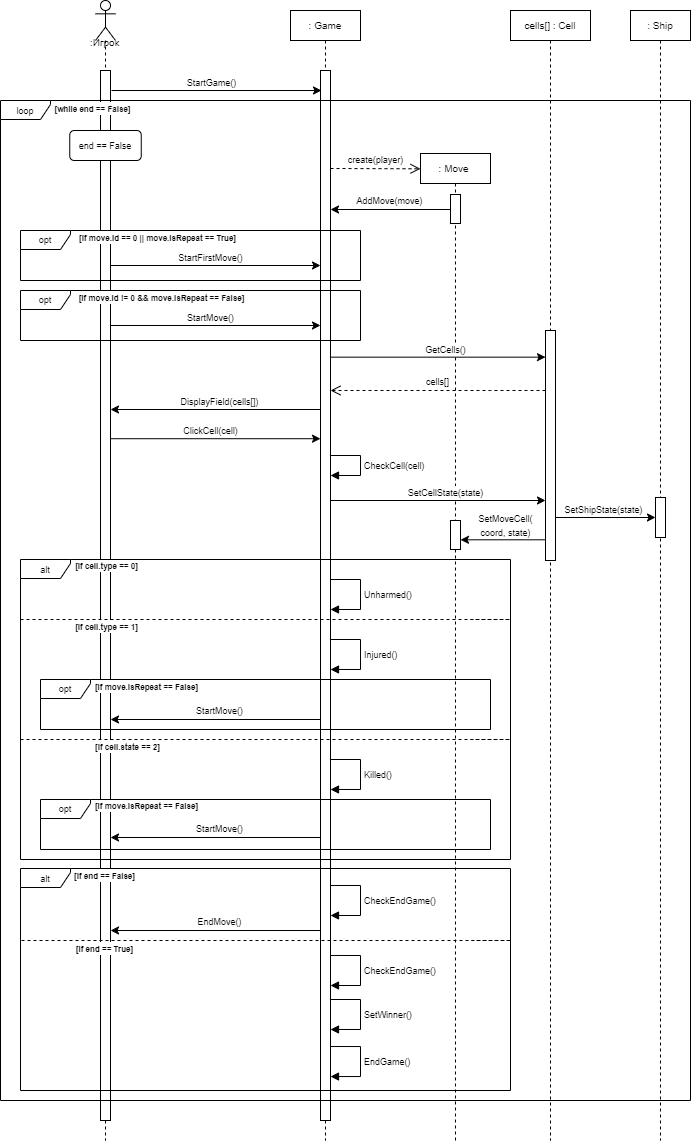
The draw.io diagram images/lab4_4.png in katefomkina/sea-battle, before a commit. Source tidied: cells renumbered, new cells last; positions are measured from the earlier drawing's top-left corner, leaving out a move shared by most shapes.
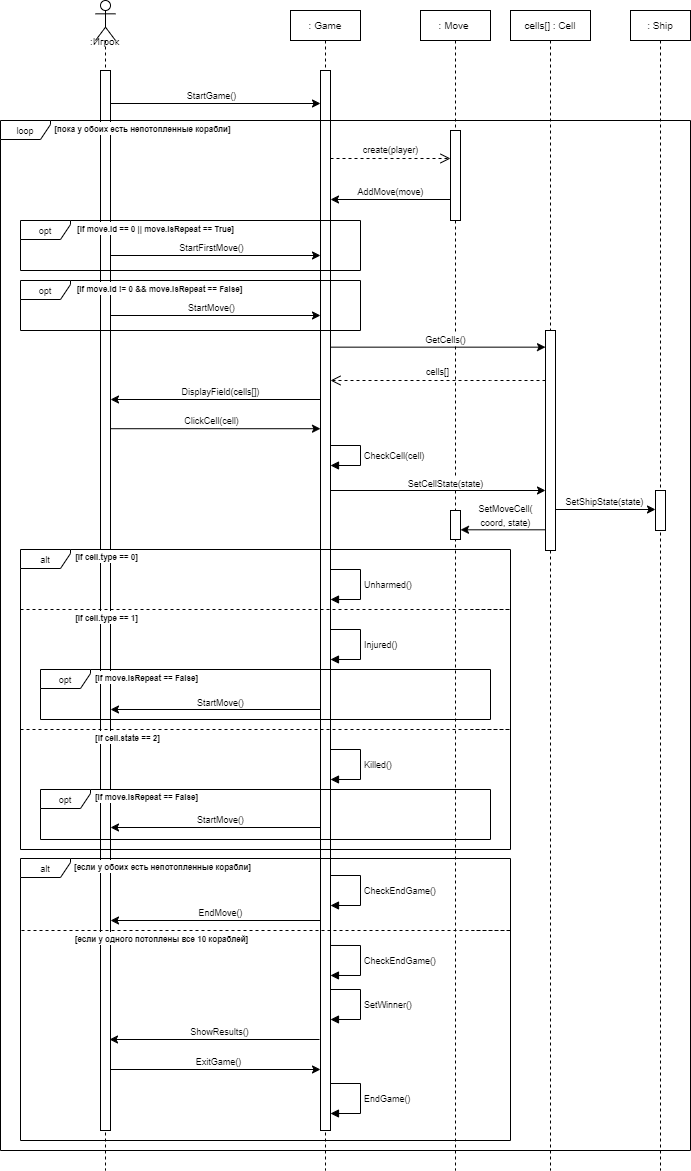
Above is the later version.

Diff of the diagram source:
```diff
@@ -3,19 +3,19 @@
     <mxCell id="0" />
     <mxCell id="1" parent="0" />
     <mxCell id="2" style="shape=umlLifeline;perimeter=lifelinePerimeter;whiteSpace=wrap;html=1;newEdgeStyle={&quot;curved&quot;:0,&quot;rounded&quot;:0};participant=umlActor;" parent="1" vertex="1">
-      <mxGeometry x="95" width="20" height="1140" as="geometry" />
+      <mxGeometry x="95" y="10" width="20" height="1170" as="geometry" />
     </mxCell>
     <mxCell id="3" style="html=1;points=[[0,0,0,0,5],[0,1,0,0,-5],[1,0,0,0,5],[1,1,0,0,-5]];perimeter=orthogonalPerimeter;outlineConnect=0;targetShapes=umlLifeline;portConstraint=eastwest;newEdgeStyle={&quot;curved&quot;:0,&quot;rounded&quot;:0};" parent="2" vertex="1">
-      <mxGeometry x="5" y="70" width="10" height="1050" as="geometry" />
+      <mxGeometry x="5" y="70" width="10" height="1060" as="geometry" />
     </mxCell>
     <mxCell id="4" value="&lt;font style=&quot;font-size: 10px;&quot;&gt;: Game&lt;/font&gt;" style="shape=umlLifeline;perimeter=lifelinePerimeter;whiteSpace=wrap;html=1;newEdgeStyle={&quot;curved&quot;:0,&quot;rounded&quot;:0};size=30;" parent="1" vertex="1">
-      <mxGeometry x="290" y="10" width="70" height="1130" as="geometry" />
+      <mxGeometry x="290" y="20" width="70" height="1160" as="geometry" />
     </mxCell>
     <mxCell id="5" style="html=1;perimeter=orthogonalPerimeter;targetShapes=umlLifeline;newEdgeStyle={&quot;curved&quot;:0,&quot;rounded&quot;:0};" parent="4" vertex="1">
-      <mxGeometry x="30" y="60" width="10" height="1050" as="geometry" />
+      <mxGeometry x="30" y="60" width="10" height="1060" as="geometry" />
     </mxCell>
     <mxCell id="6" value="&lt;font style=&quot;font-size: 10px;&quot;&gt;:Игрок&lt;/font&gt;" style="text;html=1;align=center;verticalAlign=middle;strokeColor=none;fillColor=none;" parent="1" vertex="1">
-      <mxGeometry x="79" y="27" width="50" height="30" as="geometry" />
+      <mxGeometry x="79" y="36" width="50" height="30" as="geometry" />
     </mxCell>
     <mxCell id="7" style="endArrow=classic;html=1;rounded=0;" parent="1" edge="1">
       <mxGeometry relative="1" as="geometry">
@@ -30,7 +30,7 @@
     </mxCell>
     <mxCell id="9" value="&lt;font style=&quot;font-size: 9px;&quot;&gt;DisplayField(cells[])&lt;/font&gt;" style="edgeLabel;html=1;align=center;verticalAlign=middle;" parent="7" vertex="1">
       <mxGeometry x="-0.11" relative="1" as="geometry">
-        <mxPoint x="-8" y="-8" as="offset" />
+        <mxPoint x="-8" y="-9" as="offset" />
       </mxGeometry>
     </mxCell>
     <mxCell id="10" style="endArrow=classic;html=1;rounded=0;" parent="1" edge="1">
@@ -45,7 +45,7 @@
       </mxGeometry>
     </mxCell>
     <mxCell id="12" value="&lt;font style=&quot;font-size: 9px;&quot;&gt;loop&lt;/font&gt;" style="shape=umlFrame;whiteSpace=wrap;html=1;width=50;height=19;" parent="1" vertex="1">
-      <mxGeometry y="100" width="690" height="1000" as="geometry" />
+      <mxGeometry y="130" width="690" height="1030" as="geometry" />
     </mxCell>
     <mxCell id="13" style="endArrow=classic;html=1;rounded=0;" parent="1" edge="1">
       <mxGeometry relative="1" as="geometry">
@@ -55,11 +55,11 @@
     </mxCell>
     <mxCell id="14" value="&lt;font style=&quot;font-size: 9px;&quot;&gt;StartMove()&lt;/font&gt;" style="edgeLabel;html=1;align=center;verticalAlign=middle;" parent="13" vertex="1">
       <mxGeometry x="0.17" y="1" relative="1" as="geometry">
-        <mxPoint x="-23" y="-7" as="offset" />
+        <mxPoint x="-23" y="-8" as="offset" />
       </mxGeometry>
     </mxCell>
     <mxCell id="15" value="&lt;font style=&quot;font-size: 8px;&quot;&gt;&lt;b&gt;[if move.id != 0 &amp;amp;&amp;amp; move.isRepeat == False]&lt;/b&gt;&lt;/font&gt;" style="edgeLabel;html=1;align=center;verticalAlign=middle;" parent="1" vertex="1">
-      <mxGeometry x="199" y="298" as="geometry">
+      <mxGeometry x="197" y="298" as="geometry">
         <mxPoint x="-38" y="-1" as="offset" />
       </mxGeometry>
     </mxCell>
@@ -131,7 +131,7 @@
     </mxCell>
     <mxCell id="26" value="&lt;font style=&quot;font-size: 9px;&quot;&gt;StartMove()&lt;/font&gt;" style="edgeLabel;html=1;align=center;verticalAlign=middle;" parent="24" vertex="1">
       <mxGeometry x="-0.11" relative="1" as="geometry">
-        <mxPoint x="-8" y="-9" as="offset" />
+        <mxPoint x="-8" y="-8" as="offset" />
       </mxGeometry>
     </mxCell>
     <mxCell id="27" value="&lt;font style=&quot;&quot;&gt;&lt;b style=&quot;font-size: 8px;&quot;&gt;[if cell.state == 2&lt;/b&gt;&lt;/font&gt;&lt;b style=&quot;text-align: left; font-size: 8px;&quot;&gt;]&lt;/b&gt;" style="edgeLabel;html=1;align=center;verticalAlign=middle;" parent="1" vertex="1">
@@ -158,11 +158,13 @@
         </Array>
       </mxGeometry>
     </mxCell>
-    <mxCell id="30" value="&lt;font style=&quot;&quot;&gt;&lt;b style=&quot;font-size: 8px;&quot;&gt;[if end == False&lt;/b&gt;&lt;b style=&quot;font-size: 8px;&quot;&gt;]&lt;/b&gt;&lt;/font&gt;" style="edgeLabel;html=1;align=center;verticalAlign=middle;" parent="1" vertex="1">
-      <mxGeometry x="103.5" y="875" as="geometry" />
+    <mxCell id="30" value="&lt;b style=&quot;font-size: 8px;&quot;&gt;[если у обоих есть непотопленные корабли]&lt;/b&gt;" style="edgeLabel;html=1;align=center;verticalAlign=middle;" parent="1" vertex="1">
+      <mxGeometry x="147" y="875" as="geometry">
+        <mxPoint x="15" as="offset" />
+      </mxGeometry>
     </mxCell>
     <mxCell id="31" value="&lt;font style=&quot;font-size: 9px;&quot;&gt;alt&lt;/font&gt;" style="shape=umlFrame;whiteSpace=wrap;html=1;width=50;height=19;" parent="1" vertex="1">
-      <mxGeometry x="20" y="868" width="490" height="222" as="geometry" />
+      <mxGeometry x="20" y="868" width="490" height="282" as="geometry" />
     </mxCell>
     <mxCell id="32" value="&lt;font style=&quot;font-size: 9px;&quot;&gt;SetWinner()&lt;/font&gt;" style="html=1;align=left;spacingLeft=2;endArrow=block;rounded=0;edgeStyle=orthogonalEdgeStyle;curved=0;rounded=0;" parent="1" edge="1">
       <mxGeometry relative="1" as="geometry">
@@ -189,29 +191,28 @@
     </mxCell>
     <mxCell id="37" style="endArrow=classic;html=1;rounded=0;" parent="1" edge="1">
       <mxGeometry relative="1" as="geometry">
-        <mxPoint x="111" y="90" as="sourcePoint" />
-        <mxPoint x="321" y="90" as="targetPoint" />
+        <mxPoint x="110" y="113" as="sourcePoint" />
+        <mxPoint x="320" y="113" as="targetPoint" />
       </mxGeometry>
     </mxCell>
     <mxCell id="38" value="&lt;font style=&quot;font-size: 9px;&quot;&gt;StartGame()&lt;/font&gt;" style="edgeLabel;html=1;align=center;verticalAlign=middle;" parent="37" vertex="1">
       <mxGeometry x="0.17" y="1" relative="1" as="geometry">
-        <mxPoint x="-23" y="-7" as="offset" />
+        <mxPoint x="-23" y="-8" as="offset" />
       </mxGeometry>
     </mxCell>
     <mxCell id="39" value="&lt;font style=&quot;font-size: 10px;&quot;&gt;: Move&amp;nbsp;&lt;/font&gt;" style="shape=umlLifeline;perimeter=lifelinePerimeter;whiteSpace=wrap;html=1;outlineConnect=0;portConstraint=eastwest;newEdgeStyle={&quot;curved&quot;:0,&quot;rounded&quot;:0};size=30;" parent="1" vertex="1">
-      <mxGeometry x="420" y="153" width="70" height="987" as="geometry" />
+      <mxGeometry x="420" y="20" width="70" height="1160" as="geometry" />
     </mxCell>
     <mxCell id="40" style="html=1;points=[[0,0,0,0,5],[0,1,0,0,-5],[1,0,0,0,5],[1,1,0,0,-5]];perimeter=orthogonalPerimeter;outlineConnect=0;targetShapes=umlLifeline;portConstraint=eastwest;newEdgeStyle={&quot;curved&quot;:0,&quot;rounded&quot;:0};" parent="39" vertex="1">
-      <mxGeometry x="30" y="41" width="10" height="29" as="geometry" />
+      <mxGeometry x="30" y="120" width="10" height="90" as="geometry" />
     </mxCell>
-    <mxCell id="41" value="&lt;font style=&quot;font-size: 9px;&quot;&gt;create(player&lt;span style=&quot;color: rgba(0, 0, 0, 0); font-family: monospace; font-size: 0px; text-align: start; background-color: rgb(251, 251, 251);&quot;&gt;%3CmxGraphModel%3E%3Croot%3E%3CmxCell%20id%3D%220%22%2F%3E%3CmxCell%20id%3D%221%22%20parent%3D%220%22%2F%3E%3CmxCell%20id%3D%222%22%20value%3D%22%22%20style%3D%22endArrow%3Dclassic%3Bhtml%3D1%3Brounded%3D0%3B%22%20edge%3D%221%22%20parent%3D%221%22%3E%3CmxGeometry%20width%3D%2250%22%20height%3D%2250%22%20relative%3D%221%22%20as%3D%22geometry%22%3E%3CmxPoint%20x%3D%22430%22%20y%3D%22180%22%20as%3D%22sourcePoint%22%2F%3E%3CmxPoint%20x%3D%22220%22%20y%3D%22180%22%20as%3D%22targetPoint%22%2F%3E%3CArray%20as%3D%22points%22%3E%3CmxPoint%20x%3D%22330%22%20y%3D%22180%22%2F%3E%3C%2FArray%3E%3C%2FmxGeometry%3E%3C%2FmxCell%3E%3CmxCell%20id%3D%223%22%20value%3D%22%26lt%3Bdiv%26gt%3B%26lt%3Bfont%20style%3D%26quot%3Bfont-size%3A%209px%3B%26quot%3B%26gt%3BNameRequest()%26amp%3Bnbsp%3B%26lt%3B%2Ffont%26gt%3B%26lt%3B%2Fdiv%26gt%3B%22%20style%3D%22edgeLabel%3Bhtml%3D1%3Balign%3Dcenter%3BverticalAlign%3Dmiddle%3Bresizable%3D0%3Bpoints%3D%5B%5D%3B%22%20vertex%3D%221%22%20connectable%3D%220%22%20parent%3D%222%22%3E%3CmxGeometry%20x%3D%220.1504%22%20y%3D%222%22%20relative%3D%221%22%20as%3D%22geometry%22%3E%3CmxPoint%20x%3D%2216%22%20y%3D%22-11%22%20as%3D%22offset%22%2F%3E%3C%2FmxGeometry%3E%3C%2FmxCell%3E%3C%2Froot%3E%3C%2FmxGraphModel%3E&lt;/span&gt;)&lt;/font&gt;" style="html=1;verticalAlign=bottom;endArrow=open;dashed=1;endSize=8;curved=0;rounded=0;" parent="1" edge="1">
+    <mxCell id="41" value="&lt;font style=&quot;font-size: 9px;&quot;&gt;create(player&lt;span style=&quot;color: rgba(0, 0, 0, 0); font-family: monospace; font-size: 0px; text-align: start; background-color: rgb(251, 251, 251);&quot;&gt;%3CmxGraphModel%3E%3Croot%3E%3CmxCell%20id%3D%220%22%2F%3E%3CmxCell%20id%3D%221%22%20parent%3D%220%22%2F%3E%3CmxCell%20id%3D%222%22%20value%3D%22%22%20style%3D%22endArrow%3Dclassic%3Bhtml%3D1%3Brounded%3D0%3B%22%20edge%3D%221%22%20parent%3D%221%22%3E%3CmxGeometry%20width%3D%2250%22%20height%3D%2250%22%20relative%3D%221%22%20as%3D%22geometry%22%3E%3CmxPoint%20x%3D%22430%22%20y%3D%22180%22%20as%3D%22sourcePoint%22%2F%3E%3CmxPoint%20x%3D%22220%22%20y%3D%22180%22%20as%3D%22targetPoint%22%2F%3E%3CArray%20as%3D%22points%22%3E%3CmxPoint%20x%3D%22330%22%20y%3D%22180%22%2F%3E%3C%2FArray%3E%3C%2FmxGeometry%3E%3C%2FmxCell%3E%3CmxCell%20id%3D%223%22%20value%3D%22%26lt%3Bdiv%26gt%3B%26lt%3Bfont%20style%3D%26quot%3Bfont-size%3A%209px%3B%26quot%3B%26gt%3BNameRequest()%26amp%3Bnbsp%3B%26lt%3B%2Ffont%26gt%3B%26lt%3B%2Fdiv%26gt%3B%22%20style%3D%22edgeLabel%3Bhtml%3D1%3Balign%3Dcenter%3BverticalAlign%3Dmiddle%3Bresizable%3D0%3Bpoints%3D%5B%5D%3B%22%20vertex%3D%221%22%20connectable%3D%220%22%20parent%3D%222%22%3E%3CmxGeometry%20x%3D%220.1504%22%20y%3D%222%22%20relative%3D%221%22%20as%3D%22geometry%22%3E%3CmxPoint%20x%3D%2216%22%20y%3D%22-11%22%20as%3D%22offset%22%2F%3E%3C%2FmxGeometry%3E%3C%2FmxCell%3E%3C%2Froot%3E%3C%2FmxGraphModel%3E&lt;/span&gt;)&lt;/font&gt;" style="html=1;verticalAlign=bottom;endArrow=open;dashed=1;endSize=8;curved=0;rounded=0;" parent="1" edge="1" target="40">
       <mxGeometry relative="1" as="geometry">
         <mxPoint x="330" y="168" as="sourcePoint" />
-        <mxPoint x="420" y="168.3" as="targetPoint" />
       </mxGeometry>
     </mxCell>
-    <mxCell id="42" value="&lt;font style=&quot;font-size: 8px;&quot;&gt;&lt;b&gt;[while end == False]&lt;/b&gt;&lt;/font&gt;" style="edgeLabel;html=1;align=center;verticalAlign=middle;" parent="1" vertex="1">
-      <mxGeometry x="92" y="108" as="geometry" />
+    <mxCell id="42" value="&lt;font style=&quot;font-size: 8px;&quot;&gt;&lt;b&gt;[пока у обоих есть непотопленные корабли]&lt;/b&gt;&lt;/font&gt;" style="edgeLabel;html=1;align=center;verticalAlign=middle;" parent="1" vertex="1">
+      <mxGeometry x="142" y="137" as="geometry" />
     </mxCell>
     <mxCell id="43" style="endArrow=classic;html=1;rounded=0;" parent="1" edge="1">
       <mxGeometry relative="1" as="geometry">
@@ -221,11 +222,11 @@
     </mxCell>
     <mxCell id="44" value="&lt;font style=&quot;font-size: 9px;&quot;&gt;StartFirstMove()&lt;/font&gt;" style="edgeLabel;html=1;align=center;verticalAlign=middle;" parent="43" vertex="1">
       <mxGeometry x="0.17" y="1" relative="1" as="geometry">
-        <mxPoint x="-23" y="-7" as="offset" />
+        <mxPoint x="-23" y="-8" as="offset" />
       </mxGeometry>
     </mxCell>
     <mxCell id="45" value="&lt;font style=&quot;font-size: 8px;&quot;&gt;&lt;b&gt;[if move.id == 0 || move.isRepeat == True]&lt;/b&gt;&lt;/font&gt;" style="edgeLabel;html=1;align=center;verticalAlign=middle;" parent="1" vertex="1">
-      <mxGeometry x="201" y="236" as="geometry">
+      <mxGeometry x="199" y="236" as="geometry">
         <mxPoint x="-44" y="1" as="offset" />
       </mxGeometry>
     </mxCell>
@@ -243,10 +244,10 @@
       </mxGeometry>
     </mxCell>
     <mxCell id="49" value="&lt;font style=&quot;font-size: 10px;&quot;&gt;cells[] : Cell&lt;/font&gt;" style="shape=umlLifeline;perimeter=lifelinePerimeter;whiteSpace=wrap;html=1;newEdgeStyle={&quot;curved&quot;:0,&quot;rounded&quot;:0};size=30;" parent="1" vertex="1">
-      <mxGeometry x="510" y="10" width="80" height="1130" as="geometry" />
+      <mxGeometry x="510" y="20" width="80" height="1160" as="geometry" />
     </mxCell>
     <mxCell id="50" style="html=1;points=[[0,0,0,0,5],[0,1,0,0,-5],[1,0,0,0,5],[1,1,0,0,-5]];perimeter=orthogonalPerimeter;outlineConnect=0;targetShapes=umlLifeline;portConstraint=eastwest;newEdgeStyle={&quot;curved&quot;:0,&quot;rounded&quot;:0};" parent="49" vertex="1">
-      <mxGeometry x="35" y="320" width="10" height="230" as="geometry" />
+      <mxGeometry x="35" y="320" width="10" height="220" as="geometry" />
     </mxCell>
     <mxCell id="51" value="&lt;font style=&quot;font-size: 9px;&quot;&gt;cells[]&lt;/font&gt;" style="html=1;verticalAlign=bottom;endArrow=open;dashed=1;endSize=8;curved=0;rounded=0;" parent="1" edge="1" source="50">
       <mxGeometry relative="1" as="geometry">
@@ -283,19 +284,20 @@
       </mxGeometry>
     </mxCell>
     <mxCell id="57" value="&lt;font style=&quot;font-size: 10px;&quot;&gt;: Ship&lt;/font&gt;" style="shape=umlLifeline;perimeter=lifelinePerimeter;whiteSpace=wrap;html=1;newEdgeStyle={&quot;curved&quot;:0,&quot;rounded&quot;:0};size=30;" parent="1" vertex="1">
-      <mxGeometry x="630" y="10" width="60" height="1130" as="geometry" />
+      <mxGeometry x="630" y="20" width="60" height="1160" as="geometry" />
     </mxCell>
     <mxCell id="58" style="html=1;points=[[0,0,0,0,5],[0,1,0,0,-5],[1,0,0,0,5],[1,1,0,0,-5]];perimeter=orthogonalPerimeter;outlineConnect=0;targetShapes=umlLifeline;portConstraint=eastwest;newEdgeStyle={&quot;curved&quot;:0,&quot;rounded&quot;:0};" parent="57" vertex="1">
-      <mxGeometry x="25" y="487" width="10" height="40" as="geometry" />
+      <mxGeometry x="25" y="480" width="10" height="40" as="geometry" />
     </mxCell>
-    <mxCell id="59" style="endArrow=classic;html=1;rounded=0;" parent="1" edge="1" target="58">
+    <mxCell id="59" style="endArrow=classic;html=1;rounded=0;" parent="1" edge="1">
       <mxGeometry relative="1" as="geometry">
-        <mxPoint x="555" y="517" as="sourcePoint" />
+        <mxPoint x="555" y="519" as="sourcePoint" />
+        <mxPoint x="655" y="519" as="targetPoint" />
       </mxGeometry>
     </mxCell>
     <mxCell id="60" value="&lt;font style=&quot;font-size: 9px;&quot;&gt;SetShipState(state)&lt;/font&gt;" style="edgeLabel;html=1;align=center;verticalAlign=middle;" parent="59" vertex="1">
       <mxGeometry x="0.17" y="1" relative="1" as="geometry">
-        <mxPoint x="-11" y="-7" as="offset" />
+        <mxPoint x="-11" y="-8" as="offset" />
       </mxGeometry>
     </mxCell>
     <mxCell id="61" style="endArrow=classic;html=1;rounded=0;" parent="1" edge="1">
@@ -343,9 +345,6 @@
         </Array>
       </mxGeometry>
     </mxCell>
-    <mxCell id="68" value="&lt;font style=&quot;font-size: 9px;&quot;&gt;end == False&lt;/font&gt;" style="rounded=1;whiteSpace=wrap;html=1;" parent="1" vertex="1">
-      <mxGeometry x="69.2" y="130" width="71.5" height="30" as="geometry" />
-    </mxCell>
     <mxCell id="69" style="endArrow=classic;html=1;rounded=0;" parent="1" edge="1" target="3">
       <mxGeometry relative="1" as="geometry">
         <mxPoint x="320" y="930" as="sourcePoint" />
@@ -372,9 +371,6 @@
         </Array>
       </mxGeometry>
     </mxCell>
-    <mxCell id="73" value="&lt;font style=&quot;&quot;&gt;&lt;b style=&quot;font-size: 8px;&quot;&gt;[if end == True&lt;/b&gt;&lt;b style=&quot;font-size: 8px;&quot;&gt;]&lt;/b&gt;&lt;/font&gt;" style="edgeLabel;html=1;align=center;verticalAlign=middle;" parent="1" vertex="1">
-      <mxGeometry x="103.5" y="948" as="geometry" />
-    </mxCell>
     <mxCell id="74" style="endArrow=classic;html=1;rounded=0;" parent="1" edge="1">
       <mxGeometry relative="1" as="geometry">
         <mxPoint x="545" y="539.3" as="sourcePoint" />
@@ -389,16 +385,48 @@
     <mxCell id="76" style="html=1;points=[[0,0,0,0,5],[0,1,0,0,-5],[1,0,0,0,5],[1,1,0,0,-5]];perimeter=orthogonalPerimeter;outlineConnect=0;targetShapes=umlLifeline;portConstraint=eastwest;newEdgeStyle={&quot;curved&quot;:0,&quot;rounded&quot;:0};" parent="1" vertex="1">
       <mxGeometry x="450" y="520" width="10" height="29" as="geometry" />
     </mxCell>
+    <mxCell id="78" style="endArrow=classic;html=1;rounded=0;" parent="1" edge="1">
+      <mxGeometry relative="1" as="geometry">
+        <mxPoint x="319" y="1049" as="sourcePoint" />
+        <mxPoint x="109" y="1049" as="targetPoint" />
+      </mxGeometry>
+    </mxCell>
+    <mxCell id="79" value="&lt;div&gt;&lt;br&gt;&lt;/div&gt;" style="edgeLabel;html=1;align=center;verticalAlign=middle;" parent="78" vertex="1">
+      <mxGeometry x="0.15" y="2" relative="1" as="geometry">
+        <mxPoint x="16" y="-18" as="offset" />
+      </mxGeometry>
+    </mxCell>
+    <mxCell id="80" value="&lt;font style=&quot;font-size: 9px;&quot;&gt;ShowResults()&lt;/font&gt;" style="edgeLabel;html=1;align=center;verticalAlign=middle;" parent="78" vertex="1">
+      <mxGeometry x="-0.11" relative="1" as="geometry">
+        <mxPoint x="-8" y="-9" as="offset" />
+      </mxGeometry>
+    </mxCell>
+    <mxCell id="81" style="endArrow=classic;html=1;rounded=0;" parent="1" edge="1">
+      <mxGeometry relative="1" as="geometry">
+        <mxPoint x="110" y="1079" as="sourcePoint" />
+        <mxPoint x="320" y="1079" as="targetPoint" />
+      </mxGeometry>
+    </mxCell>
+    <mxCell id="82" value="&lt;font style=&quot;font-size: 9px;&quot;&gt;ExitGame()&lt;/font&gt;" style="edgeLabel;html=1;align=center;verticalAlign=middle;" parent="81" vertex="1">
+      <mxGeometry x="0.17" y="1" relative="1" as="geometry">
+        <mxPoint x="-16" y="-8" as="offset" />
+      </mxGeometry>
+    </mxCell>
     <mxCell id="77" value="&lt;font style=&quot;font-size: 9px;&quot;&gt;EndGame()&lt;/font&gt;" style="html=1;align=left;spacingLeft=2;endArrow=block;rounded=0;edgeStyle=orthogonalEdgeStyle;curved=0;rounded=0;" parent="1" edge="1">
       <mxGeometry relative="1" as="geometry">
-        <mxPoint x="330" y="1046" as="sourcePoint" />
-        <mxPoint x="330" y="1076" as="targetPoint" />
+        <mxPoint x="330" y="1093" as="sourcePoint" />
+        <mxPoint x="330" y="1123" as="targetPoint" />
         <Array as="points">
-          <mxPoint x="360" y="1046" />
-          <mxPoint x="360" y="1076" />
-          <mxPoint x="330" y="1076" />
+          <mxPoint x="360" y="1093" />
+          <mxPoint x="360" y="1123" />
+          <mxPoint x="330" y="1123" />
         </Array>
       </mxGeometry>
     </mxCell>
+    <mxCell id="83" value="&lt;b style=&quot;font-size: 8px;&quot;&gt;[если у одного потоплены все 10 кораблей]&lt;/b&gt;" style="edgeLabel;html=1;align=center;verticalAlign=middle;" parent="1" vertex="1">
+      <mxGeometry x="146" y="947" as="geometry">
+        <mxPoint x="15" as="offset" />
+      </mxGeometry>
+    </mxCell>
   </root>
 </mxGraphModel>
```
